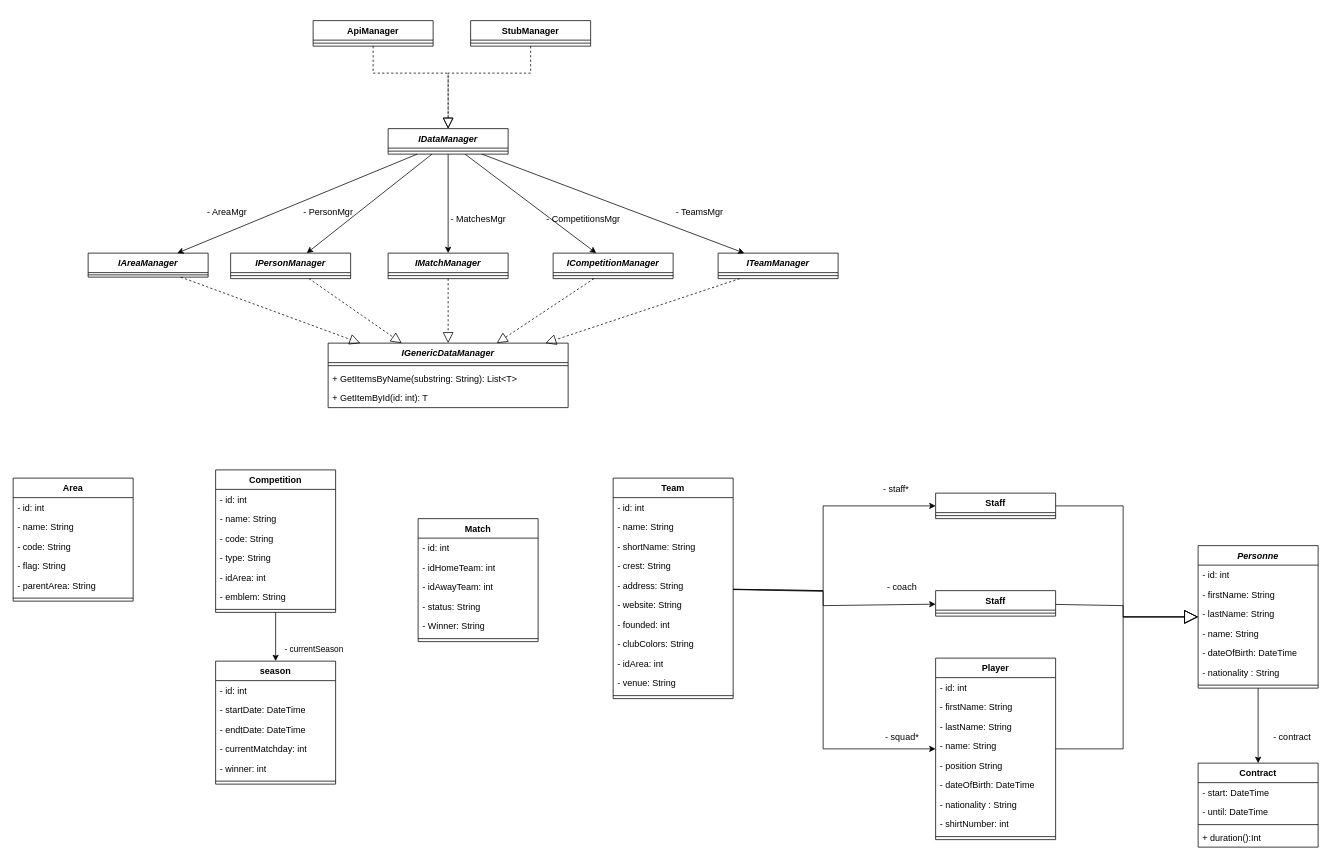
The draw.io diagram doc/Diagrammes/ScorItClasses.drawio in Emree63/Scor_It, before the edit. Source tidied: cells renumbered, new cells numbered last; positions are measured from the earlier drawing's top-left corner, leaving out a move shared by most shapes. Both pictures are drawn from the tidied source at 75%, with x=0, y=0 at pixel (13, 20).
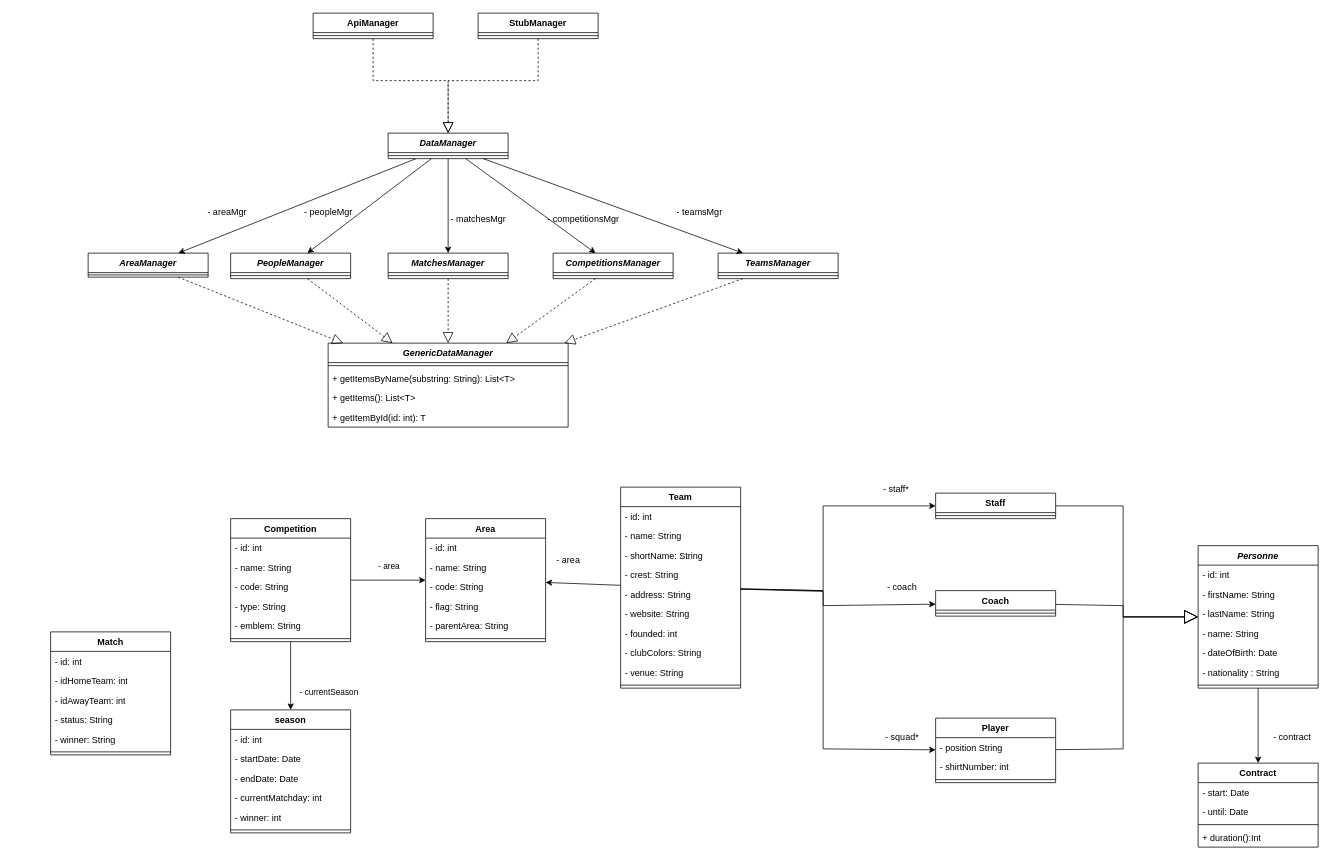
The same page after the edit.

Unchanged cells that the change refers to:
```xml
<mxCell id="43" value="Contract" style="swimlane;fontStyle=1;align=center;verticalAlign=top;horizontal=1;startSize=26;whiteSpace=wrap;html=1;" parent="1" vertex="1">
  <mxGeometry x="1580" y="990" width="160" height="112" as="geometry" />
</mxCell>
<mxCell id="48" value="&lt;i&gt;Personne&lt;/i&gt;" style="swimlane;fontStyle=1;align=center;verticalAlign=top;horizontal=1;startSize=26;whiteSpace=wrap;html=1;" parent="1" vertex="1">
  <mxGeometry x="1580" y="700" width="160" height="190" as="geometry" />
</mxCell>
```

Change to the diagram source:
```diff
@@
     <mxCell id="2" value="Area" style="swimlane;fontStyle=1;align=center;verticalAlign=top;horizontal=1;startSize=26;whiteSpace=wrap;html=1;" parent="1" vertex="1">
-      <mxGeometry y="610" width="160" height="164" as="geometry" />
+      <mxGeometry x="550" y="664" width="160" height="164" as="geometry" />
     </mxCell>
@@
     <mxCell id="9" value="Team" style="swimlane;fontStyle=1;align=center;verticalAlign=top;horizontal=1;startSize=26;whiteSpace=wrap;html=1;" parent="1" vertex="1">
-      <mxGeometry x="800" y="610" width="160" height="294" as="geometry" />
+      <mxGeometry x="810" y="622" width="160" height="268" as="geometry" />
     </mxCell>
@@
-    <mxCell id="18" value="- idArea: int" style="text;strokeColor=none;fillColor=none;align=left;verticalAlign=top;spacingLeft=4;spacingRight=4;overflow=hidden;whiteSpace=wrap;html=1;" parent="9" vertex="1">
-      <mxGeometry y="234" width="160" height="26" as="geometry" />
-    </mxCell>
     <mxCell id="19" value="- venue: String" style="text;strokeColor=none;fillColor=none;align=left;verticalAlign=top;spacingLeft=4;spacingRight=4;overflow=hidden;whiteSpace=wrap;html=1;" parent="9" vertex="1">
-      <mxGeometry y="260" width="160" height="26" as="geometry" />
+      <mxGeometry y="234" width="160" height="26" as="geometry" />
     </mxCell>
     <mxCell id="20" style="line;strokeWidth=1;fillColor=none;align=left;verticalAlign=middle;spacingTop=-1;spacingLeft=3;spacingRight=3;labelPosition=right;strokeColor=inherit;" parent="9" vertex="1">
-      <mxGeometry y="286" width="160" height="8" as="geometry" />
+      <mxGeometry y="260" width="160" height="8" as="geometry" />
     </mxCell>
     <mxCell id="21" value="Competition" style="swimlane;fontStyle=1;align=center;verticalAlign=top;horizontal=1;startSize=26;whiteSpace=wrap;html=1;" parent="1" vertex="1">
-      <mxGeometry x="270" y="599" width="160" height="190" as="geometry" />
+      <mxGeometry x="290" y="664" width="160" height="164" as="geometry" />
     </mxCell>
@@
-    <mxCell id="26" value="- idArea: int" style="text;strokeColor=none;fillColor=none;align=left;verticalAlign=top;spacingLeft=4;spacingRight=4;overflow=hidden;whiteSpace=wrap;html=1;" parent="21" vertex="1">
-      <mxGeometry y="130" width="160" height="26" as="geometry" />
-    </mxCell>
     <mxCell id="27" value="- emblem: String" style="text;strokeColor=none;fillColor=none;align=left;verticalAlign=top;spacingLeft=4;spacingRight=4;overflow=hidden;whiteSpace=wrap;html=1;" parent="21" vertex="1">
-      <mxGeometry y="156" width="160" height="26" as="geometry" />
+      <mxGeometry y="130" width="160" height="26" as="geometry" />
     </mxCell>
     <mxCell id="28" style="line;strokeWidth=1;fillColor=none;align=left;verticalAlign=middle;spacingTop=-1;spacingLeft=3;spacingRight=3;labelPosition=right;strokeColor=inherit;" parent="21" vertex="1">
-      <mxGeometry y="182" width="160" height="8" as="geometry" />
+      <mxGeometry y="156" width="160" height="8" as="geometry" />
     </mxCell>
     <mxCell id="29" value="Player" style="swimlane;fontStyle=1;align=center;verticalAlign=top;horizontal=1;startSize=26;whiteSpace=wrap;html=1;" parent="1" vertex="1">
-      <mxGeometry x="1230" y="850" width="160" height="242" as="geometry" />
+      <mxGeometry x="1230" y="930" width="160" height="86" as="geometry" />
     </mxCell>
-    <mxCell id="30" value="- id: int" style="text;strokeColor=none;fillColor=none;align=left;verticalAlign=top;spacingLeft=4;spacingRight=4;overflow=hidden;whiteSpace=wrap;html=1;" parent="29" vertex="1">
-      <mxGeometry y="26" width="160" height="26" as="geometry" />
-    </mxCell>
-    <mxCell id="31" value="- firstName: String" style="text;strokeColor=none;fillColor=none;align=left;verticalAlign=top;spacingLeft=4;spacingRight=4;overflow=hidden;whiteSpace=wrap;html=1;" parent="29" vertex="1">
-      <mxGeometry y="52" width="160" height="26" as="geometry" />
-    </mxCell>
-    <mxCell id="32" value="- lastName: String" style="text;strokeColor=none;fillColor=none;align=left;verticalAlign=top;spacingLeft=4;spacingRight=4;overflow=hidden;whiteSpace=wrap;html=1;" parent="29" vertex="1">
-      <mxGeometry y="78" width="160" height="26" as="geometry" />
-    </mxCell>
-    <mxCell id="33" value="- name: String" style="text;strokeColor=none;fillColor=none;align=left;verticalAlign=top;spacingLeft=4;spacingRight=4;overflow=hidden;whiteSpace=wrap;html=1;" parent="29" vertex="1">
-      <mxGeometry y="104" width="160" height="26" as="geometry" />
-    </mxCell>
     <mxCell id="34" value="- position String" style="text;strokeColor=none;fillColor=none;align=left;verticalAlign=top;spacingLeft=4;spacingRight=4;overflow=hidden;whiteSpace=wrap;html=1;" parent="29" vertex="1">
-      <mxGeometry y="130" width="160" height="26" as="geometry" />
+      <mxGeometry y="26" width="160" height="26" as="geometry" />
     </mxCell>
-    <mxCell id="35" value="- dateOfBirth: DateTime" style="text;strokeColor=none;fillColor=none;align=left;verticalAlign=top;spacingLeft=4;spacingRight=4;overflow=hidden;whiteSpace=wrap;html=1;" parent="29" vertex="1">
-      <mxGeometry y="156" width="160" height="26" as="geometry" />
-    </mxCell>
-    <mxCell id="36" value="- nationality : String" style="text;strokeColor=none;fillColor=none;align=left;verticalAlign=top;spacingLeft=4;spacingRight=4;overflow=hidden;whiteSpace=wrap;html=1;" parent="29" vertex="1">
-      <mxGeometry y="182" width="160" height="26" as="geometry" />
-    </mxCell>
     <mxCell id="37" value="- shirtNumber: int" style="text;strokeColor=none;fillColor=none;align=left;verticalAlign=top;spacingLeft=4;spacingRight=4;overflow=hidden;whiteSpace=wrap;html=1;" parent="29" vertex="1">
-      <mxGeometry y="208" width="160" height="26" as="geometry" />
+      <mxGeometry y="52" width="160" height="26" as="geometry" />
     </mxCell>
     <mxCell id="38" style="line;strokeWidth=1;fillColor=none;align=left;verticalAlign=middle;spacingTop=-1;spacingLeft=3;spacingRight=3;labelPosition=right;strokeColor=inherit;" parent="29" vertex="1">
-      <mxGeometry y="234" width="160" height="8" as="geometry" />
+      <mxGeometry y="78" width="160" height="8" as="geometry" />
     </mxCell>
@@
-    <mxCell id="41" value="Staff" style="swimlane;fontStyle=1;align=center;verticalAlign=top;horizontal=1;startSize=26;whiteSpace=wrap;html=1;" parent="1" vertex="1">
+    <mxCell id="41" value="Coach" style="swimlane;fontStyle=1;align=center;verticalAlign=top;horizontal=1;startSize=26;whiteSpace=wrap;html=1;" parent="1" vertex="1">
       <mxGeometry x="1230" y="760" width="160" height="34" as="geometry" />
     </mxCell>
@@
-    <mxCell id="44" value="- start: DateTime" style="text;strokeColor=none;fillColor=none;align=left;verticalAlign=top;spacingLeft=4;spacingRight=4;overflow=hidden;whiteSpace=wrap;html=1;" parent="43" vertex="1">
+    <mxCell id="44" value="- start: Date" style="text;strokeColor=none;fillColor=none;align=left;verticalAlign=top;spacingLeft=4;spacingRight=4;overflow=hidden;whiteSpace=wrap;html=1;" parent="43" vertex="1">
       <mxGeometry y="26" width="160" height="26" as="geometry" />
     </mxCell>
-    <mxCell id="45" value="- until: DateTime" style="text;strokeColor=none;fillColor=none;align=left;verticalAlign=top;spacingLeft=4;spacingRight=4;overflow=hidden;whiteSpace=wrap;html=1;" parent="43" vertex="1">
+    <mxCell id="45" value="- until: Date" style="text;strokeColor=none;fillColor=none;align=left;verticalAlign=top;spacingLeft=4;spacingRight=4;overflow=hidden;whiteSpace=wrap;html=1;" parent="43" vertex="1">
       <mxGeometry y="52" width="160" height="26" as="geometry" />
     </mxCell>
@@
-    <mxCell id="53" value="- dateOfBirth: DateTime" style="text;strokeColor=none;fillColor=none;align=left;verticalAlign=top;spacingLeft=4;spacingRight=4;overflow=hidden;whiteSpace=wrap;html=1;" parent="48" vertex="1">
+    <mxCell id="53" value="- dateOfBirth: Date" style="text;strokeColor=none;fillColor=none;align=left;verticalAlign=top;spacingLeft=4;spacingRight=4;overflow=hidden;whiteSpace=wrap;html=1;" parent="48" vertex="1">
       <mxGeometry y="130" width="160" height="26" as="geometry" />
     </mxCell>
@@
     <mxCell id="62" value="season" style="swimlane;fontStyle=1;align=center;verticalAlign=top;horizontal=1;startSize=26;whiteSpace=wrap;html=1;" parent="1" vertex="1">
-      <mxGeometry x="270" y="854" width="160" height="164" as="geometry" />
+      <mxGeometry x="290" y="919" width="160" height="164" as="geometry" />
     </mxCell>
@@
-    <mxCell id="64" value="- startDate: DateTime" style="text;strokeColor=none;fillColor=none;align=left;verticalAlign=top;spacingLeft=4;spacingRight=4;overflow=hidden;whiteSpace=wrap;html=1;" parent="62" vertex="1">
+    <mxCell id="64" value="- startDate: Date" style="text;strokeColor=none;fillColor=none;align=left;verticalAlign=top;spacingLeft=4;spacingRight=4;overflow=hidden;whiteSpace=wrap;html=1;" parent="62" vertex="1">
       <mxGeometry y="52" width="160" height="26" as="geometry" />
     </mxCell>
-    <mxCell id="65" value="- endtDate: DateTime" style="text;strokeColor=none;fillColor=none;align=left;verticalAlign=top;spacingLeft=4;spacingRight=4;overflow=hidden;whiteSpace=wrap;html=1;" parent="62" vertex="1">
+    <mxCell id="65" value="- endDate: Date" style="text;strokeColor=none;fillColor=none;align=left;verticalAlign=top;spacingLeft=4;spacingRight=4;overflow=hidden;whiteSpace=wrap;html=1;" parent="62" vertex="1">
       <mxGeometry y="78" width="160" height="26" as="geometry" />
     </mxCell>
@@
     <mxCell id="71" value="Match" style="swimlane;fontStyle=1;align=center;verticalAlign=top;horizontal=1;startSize=26;whiteSpace=wrap;html=1;" parent="1" vertex="1">
-      <mxGeometry x="540" y="664" width="160" height="164" as="geometry" />
+      <mxGeometry x="50" y="815" width="160" height="164" as="geometry" />
     </mxCell>
@@
-    <mxCell id="76" value="- Winner: String" style="text;strokeColor=none;fillColor=none;align=left;verticalAlign=top;spacingLeft=4;spacingRight=4;overflow=hidden;whiteSpace=wrap;html=1;" parent="71" vertex="1">
+    <mxCell id="76" value="- winner: String" style="text;strokeColor=none;fillColor=none;align=left;verticalAlign=top;spacingLeft=4;spacingRight=4;overflow=hidden;whiteSpace=wrap;html=1;" parent="71" vertex="1">
       <mxGeometry y="130" width="160" height="26" as="geometry" />
     </mxCell>
@@
-    <mxCell id="83" value="IMatchManager" style="swimlane;fontStyle=3;align=center;verticalAlign=top;horizontal=1;startSize=26;" parent="1" vertex="1">
+    <mxCell id="83" value="MatchesManager" style="swimlane;fontStyle=3;align=center;verticalAlign=top;horizontal=1;startSize=26;" parent="1" vertex="1">
       <mxGeometry x="500" y="310" width="160" height="34" as="geometry" />
     </mxCell>
@@
-    <mxCell id="85" value="IPersonManager" style="swimlane;fontStyle=3;align=center;verticalAlign=top;horizontal=1;startSize=26;" parent="1" vertex="1">
+    <mxCell id="85" value="PeopleManager" style="swimlane;fontStyle=3;align=center;verticalAlign=top;horizontal=1;startSize=26;" parent="1" vertex="1">
       <mxGeometry x="290" y="310" width="160" height="34" as="geometry" />
     </mxCell>
@@
-    <mxCell id="87" value="ICompetitionManager" style="swimlane;fontStyle=3;align=center;verticalAlign=top;horizontal=1;startSize=26;" parent="1" vertex="1">
+    <mxCell id="87" value="CompetitionsManager" style="swimlane;fontStyle=3;align=center;verticalAlign=top;horizontal=1;startSize=26;" parent="1" vertex="1">
       <mxGeometry x="720" y="310" width="160" height="34" as="geometry" />
     </mxCell>
@@
-    <mxCell id="89" value="IAreaManager" style="swimlane;fontStyle=3;align=center;verticalAlign=top;horizontal=1;startSize=26;" parent="1" vertex="1">
+    <mxCell id="89" value="AreaManager" style="swimlane;fontStyle=3;align=center;verticalAlign=top;horizontal=1;startSize=26;" parent="1" vertex="1">
       <mxGeometry x="100" y="310" width="160" height="32" as="geometry" />
     </mxCell>
@@
-    <mxCell id="91" value="ITeamManager" style="swimlane;fontStyle=3;align=center;verticalAlign=top;horizontal=1;startSize=26;" parent="1" vertex="1">
+    <mxCell id="91" value="TeamsManager" style="swimlane;fontStyle=3;align=center;verticalAlign=top;horizontal=1;startSize=26;" parent="1" vertex="1">
       <mxGeometry x="940" y="310" width="160" height="34" as="geometry" />
     </mxCell>
@@
-    <mxCell id="93" value="IGenericDataManager" style="swimlane;fontStyle=3;align=center;verticalAlign=top;horizontal=1;startSize=26;" parent="1" vertex="1">
-      <mxGeometry x="420" y="430" width="320" height="86" as="geometry" />
+    <mxCell id="93" value="GenericDataManager" style="swimlane;fontStyle=3;align=center;verticalAlign=top;horizontal=1;startSize=26;" parent="1" vertex="1">
+      <mxGeometry x="420" y="430" width="320" height="112" as="geometry" />
     </mxCell>
@@
-    <mxCell id="95" value="+ GetItemsByName(substring: String): List&lt;T&gt;" style="text;strokeColor=none;fillColor=none;align=left;verticalAlign=top;spacingLeft=4;spacingRight=4;overflow=hidden;" parent="93" vertex="1">
+    <mxCell id="95" value="+ getItemsByName(substring: String): List&lt;T&gt;" style="text;strokeColor=none;fillColor=none;align=left;verticalAlign=top;spacingLeft=4;spacingRight=4;overflow=hidden;" parent="93" vertex="1">
       <mxGeometry y="34" width="320" height="26" as="geometry" />
     </mxCell>
+    <mxCell id="120" value="+ getItems(): List&lt;T&gt;" style="text;strokeColor=none;fillColor=none;align=left;verticalAlign=top;spacingLeft=4;spacingRight=4;overflow=hidden;" parent="93" vertex="1">
+      <mxGeometry y="60" width="320" height="26" as="geometry" />
+    </mxCell>
-    <mxCell id="96" value="+ GetItemById(id: int): T" style="text;strokeColor=none;fillColor=none;align=left;verticalAlign=top;spacingLeft=4;spacingRight=4;overflow=hidden;" parent="93" vertex="1">
-      <mxGeometry y="60" width="320" height="26" as="geometry" />
+    <mxCell id="96" value="+ getItemById(id: int): T" style="text;strokeColor=none;fillColor=none;align=left;verticalAlign=top;spacingLeft=4;spacingRight=4;overflow=hidden;" parent="93" vertex="1">
+      <mxGeometry y="86" width="320" height="26" as="geometry" />
     </mxCell>
@@
-    <mxCell id="102" value="IDataManager" style="swimlane;fontStyle=3;align=center;verticalAlign=top;horizontal=1;startSize=26;" parent="1" vertex="1">
-      <mxGeometry x="500" y="144" width="160" height="34" as="geometry" />
-    </mxCell>
-    <mxCell id="103" style="line;strokeWidth=1;fillColor=none;align=left;verticalAlign=middle;spacingTop=-1;spacingLeft=3;spacingRight=3;labelPosition=right;strokeColor=inherit;" parent="102" vertex="1">
-      <mxGeometry y="26" width="160" height="8" as="geometry" />
-    </mxCell>
-    <mxCell id="104" style="endArrow=classic;html=1;rounded=0;" parent="1" edge="1" source="102" target="91">
+    <mxCell id="104" style="endArrow=classic;html=1;rounded=0;" parent="1" edge="1" source="111" target="91">
       <mxGeometry relative="1" as="geometry" />
     </mxCell>
-    <mxCell id="105" style="endArrow=classic;html=1;rounded=0;" parent="1" edge="1" source="102" target="87">
+    <mxCell id="105" style="endArrow=classic;html=1;rounded=0;" parent="1" edge="1" source="111" target="87">
       <mxGeometry relative="1" as="geometry" />
     </mxCell>
-    <mxCell id="106" style="endArrow=classic;html=1;rounded=0;" parent="1" edge="1" source="102" target="83">
+    <mxCell id="106" style="endArrow=classic;html=1;rounded=0;" parent="1" edge="1" source="111" target="83">
       <mxGeometry relative="1" as="geometry" />
     </mxCell>
-    <mxCell id="107" style="endArrow=classic;html=1;rounded=0;" parent="1" edge="1" source="102" target="85">
+    <mxCell id="107" style="endArrow=classic;html=1;rounded=0;" parent="1" edge="1" source="111" target="85">
       <mxGeometry relative="1" as="geometry" />
     </mxCell>
-    <mxCell id="108" style="endArrow=classic;html=1;rounded=0;" parent="1" edge="1" source="102" target="89">
+    <mxCell id="108" style="endArrow=classic;html=1;rounded=0;" parent="1" edge="1" source="111" target="89">
       <mxGeometry relative="1" as="geometry" />
     </mxCell>
-    <mxCell id="109" value="StubManager" style="swimlane;fontStyle=1;align=center;verticalAlign=top;horizontal=1;startSize=26;" parent="1" vertex="1">
-      <mxGeometry x="610" width="160" height="34" as="geometry" />
-    </mxCell>
-    <mxCell id="110" style="line;strokeWidth=1;fillColor=none;align=left;verticalAlign=middle;spacingTop=-1;spacingLeft=3;spacingRight=3;labelPosition=right;strokeColor=inherit;" parent="109" vertex="1">
-      <mxGeometry y="26" width="160" height="8" as="geometry" />
-    </mxCell>
-    <mxCell id="111" value="ApiManager" style="swimlane;fontStyle=1;align=center;verticalAlign=top;horizontal=1;startSize=26;" parent="1" vertex="1">
-      <mxGeometry x="400" width="160" height="34" as="geometry" />
+    <mxCell id="111" value="DataManager" style="swimlane;fontStyle=3;align=center;verticalAlign=top;horizontal=1;startSize=26;" parent="1" vertex="1">
+      <mxGeometry x="500" y="150" width="160" height="34" as="geometry" />
     </mxCell>
@@
-    <mxCell id="113" style="endArrow=block;dashed=1;endFill=0;endSize=12;html=1;rounded=0;" parent="1" edge="1" source="109" target="102">
-      <mxGeometry relative="1" as="geometry">
-        <Array as="points">
-          <mxPoint x="690" y="70" />
-          <mxPoint x="580" y="70" />
-        </Array>
-      </mxGeometry>
-    </mxCell>
-    <mxCell id="114" style="endArrow=block;dashed=1;endFill=0;endSize=12;html=1;rounded=0;" parent="1" edge="1" source="111" target="102">
-      <mxGeometry relative="1" as="geometry">
-        <Array as="points">
-          <mxPoint x="480" y="70" />
-          <mxPoint x="580" y="70" />
-        </Array>
-      </mxGeometry>
-    </mxCell>
-    <mxCell id="115" value="- TeamsMgr" style="text;html=1;align=center;verticalAlign=middle;strokeColor=none;fillColor=none;" parent="1" vertex="1">
-      <mxGeometry x="870" y="240" width="90" height="30" as="geometry" />
+    <mxCell id="115" value="- teamsMgr" style="text;html=1;align=center;verticalAlign=middle;strokeColor=none;fillColor=none;" parent="1" vertex="1">
+      <mxGeometry x="875" y="240" width="80" height="30" as="geometry" />
     </mxCell>
-    <mxCell id="116" value="- CompetitionsMgr" style="text;html=1;align=center;verticalAlign=middle;strokeColor=none;fillColor=none;" parent="1" vertex="1">
+    <mxCell id="116" value="- competitionsMgr" style="text;html=1;align=center;verticalAlign=middle;strokeColor=none;fillColor=none;" parent="1" vertex="1">
       <mxGeometry x="700" y="250" width="120" height="30" as="geometry" />
     </mxCell>
-    <mxCell id="117" value="- MatchesMgr" style="text;html=1;align=center;verticalAlign=middle;strokeColor=none;fillColor=none;" parent="1" vertex="1">
+    <mxCell id="117" value="- matchesMgr" style="text;html=1;align=center;verticalAlign=middle;strokeColor=none;fillColor=none;" parent="1" vertex="1">
       <mxGeometry x="570" y="250" width="100" height="30" as="geometry" />
     </mxCell>
-    <mxCell id="118" value="- PersonMgr" style="text;html=1;align=center;verticalAlign=middle;strokeColor=none;fillColor=none;" parent="1" vertex="1">
+    <mxCell id="118" value="- peopleMgr" style="text;html=1;align=center;verticalAlign=middle;strokeColor=none;fillColor=none;" parent="1" vertex="1">
       <mxGeometry x="375" y="240" width="90" height="30" as="geometry" />
     </mxCell>
-    <mxCell id="119" value="- AreaMgr" style="text;html=1;align=center;verticalAlign=middle;strokeColor=none;fillColor=none;" parent="1" vertex="1">
+    <mxCell id="119" value="- areaMgr" style="text;html=1;align=center;verticalAlign=middle;strokeColor=none;fillColor=none;" parent="1" vertex="1">
       <mxGeometry x="245" y="240" width="80" height="30" as="geometry" />
     </mxCell>
+    <mxCell id="121" style="endArrow=classic;html=1;rounded=0;" parent="1" edge="1" source="21" target="2">
+      <mxGeometry relative="1" as="geometry" />
+    </mxCell>
+    <mxCell id="122" value="- area" style="edgeLabel;html=1;align=center;verticalAlign=middle;" parent="121" vertex="1">
+      <mxGeometry x="0.42" y="2" relative="1" as="geometry">
+        <mxPoint x="-21" y="-17" as="offset" />
+      </mxGeometry>
+    </mxCell>
+    <mxCell id="123" style="endArrow=classic;html=1;rounded=0;" parent="1" edge="1" source="9" target="2">
+      <mxGeometry relative="1" as="geometry" />
+    </mxCell>
+    <mxCell id="124" value="- area" style="text;html=1;align=center;verticalAlign=middle;strokeColor=none;fillColor=none;" parent="1" vertex="1">
+      <mxGeometry x="715" y="705" width="50" height="30" as="geometry" />
+    </mxCell>
+    <mxCell id="109" value="StubManager" style="swimlane;fontStyle=1;align=center;verticalAlign=top;horizontal=1;startSize=26;" parent="1" vertex="1">
+      <mxGeometry x="620" y="-10" width="160" height="34" as="geometry" />
+    </mxCell>
+    <mxCell id="125" style="line;strokeWidth=1;fillColor=none;align=left;verticalAlign=middle;spacingTop=-1;spacingLeft=3;spacingRight=3;labelPosition=right;strokeColor=inherit;" parent="109" vertex="1">
+      <mxGeometry y="26" width="160" height="8" as="geometry" />
+    </mxCell>
+    <mxCell id="126" value="ApiManager" style="swimlane;fontStyle=1;align=center;verticalAlign=top;horizontal=1;startSize=26;" parent="1" vertex="1">
+      <mxGeometry x="400" y="-10" width="160" height="34" as="geometry" />
+    </mxCell>
+    <mxCell id="127" style="line;strokeWidth=1;fillColor=none;align=left;verticalAlign=middle;spacingTop=-1;spacingLeft=3;spacingRight=3;labelPosition=right;strokeColor=inherit;" parent="126" vertex="1">
+      <mxGeometry y="26" width="160" height="8" as="geometry" />
+    </mxCell>
+    <mxCell id="128" style="endArrow=block;dashed=1;endFill=0;endSize=12;html=1;rounded=0;" parent="1" edge="1" source="109" target="111">
+      <mxGeometry relative="1" as="geometry">
+        <Array as="points">
+          <mxPoint x="700" y="80" />
+          <mxPoint x="580" y="80" />
+        </Array>
+      </mxGeometry>
+    </mxCell>
+    <mxCell id="129" style="endArrow=block;dashed=1;endFill=0;endSize=12;html=1;rounded=0;" parent="1" edge="1" source="126" target="111">
+      <mxGeometry relative="1" as="geometry">
+        <Array as="points">
+          <mxPoint x="480" y="80" />
+          <mxPoint x="580" y="80" />
+        </Array>
+      </mxGeometry>
+    </mxCell>
```
